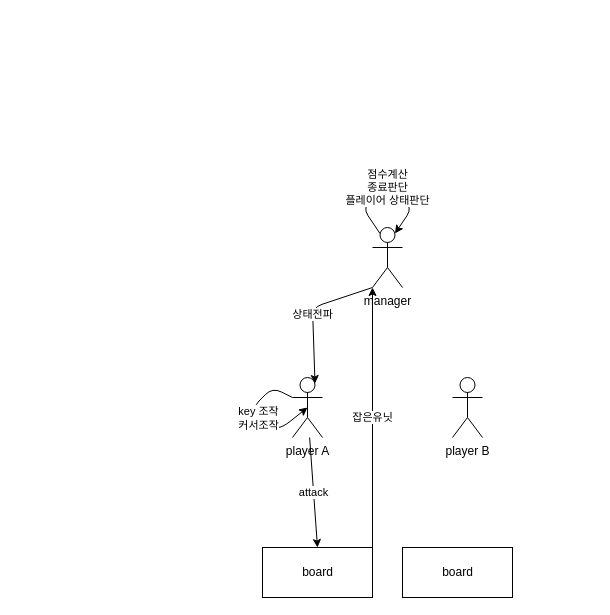
Above: docs/player.drawio in TakSung/CatchMole (draw.io), before the change. Source tidied: cells renumbered, new cells numbered last; positions are measured from the earlier drawing's top-left corner, leaving out a move shared by most shapes. Both pictures are drawn from the tidied source at 100%, with x=0, y=0 at pixel (252, 187).
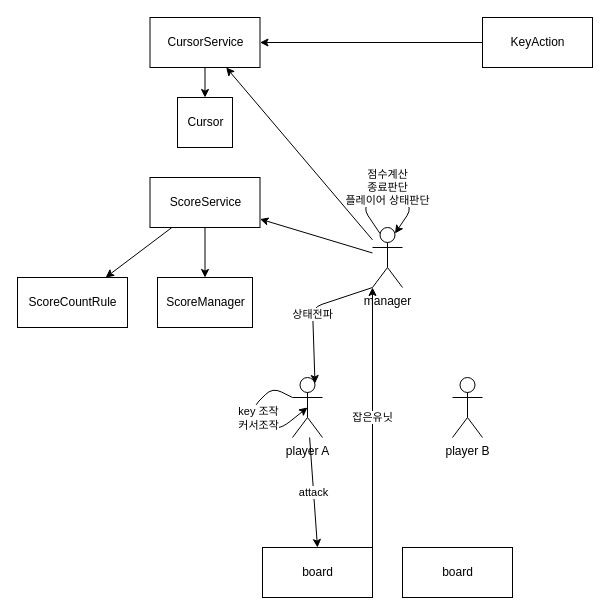
Above is the later version.

Commit message (it also covers changes not shown here):
✨ feat : Add Cursor and IPlayerAction

The change refers to these unchanged cells:
```xml
<mxCell id="5" value="manager" style="shape=umlActor;verticalLabelPosition=bottom;verticalAlign=top;html=1;" parent="1" vertex="1">
  <mxGeometry x="120" y="40" width="30" height="60" as="geometry" />
</mxCell>
```

The edit, as a diff of the source:
```diff
@@
+    <mxCell id="12" style="edgeStyle=none;html=1;" parent="1" edge="1" source="5" target="18">
+      <mxGeometry relative="1" as="geometry" />
+    </mxCell>
+    <mxCell id="13" style="edgeStyle=none;html=1;" parent="1" edge="1" source="5" target="20">
+      <mxGeometry relative="1" as="geometry" />
+    </mxCell>
@@
+    <mxCell id="14" value="ScoreManager" style="html=1;" parent="1" vertex="1">
+      <mxGeometry x="-95" y="90" width="95" height="50" as="geometry" />
+    </mxCell>
+    <mxCell id="15" style="edgeStyle=none;html=1;" parent="1" edge="1" source="16" target="18">
+      <mxGeometry relative="1" as="geometry" />
+    </mxCell>
+    <mxCell id="16" value="KeyAction" style="html=1;" parent="1" vertex="1">
+      <mxGeometry x="230" y="-170" width="110" height="50" as="geometry" />
+    </mxCell>
+    <mxCell id="17" style="edgeStyle=none;html=1;" parent="1" edge="1" source="18" target="21">
+      <mxGeometry relative="1" as="geometry" />
+    </mxCell>
+    <mxCell id="18" value="CursorService" style="html=1;" parent="1" vertex="1">
+      <mxGeometry x="-102.5" y="-170" width="110" height="50" as="geometry" />
+    </mxCell>
+    <mxCell id="19" style="edgeStyle=none;html=1;" parent="1" edge="1" source="20" target="14">
+      <mxGeometry relative="1" as="geometry" />
+    </mxCell>
+    <mxCell id="20" value="ScoreService" style="html=1;" parent="1" vertex="1">
+      <mxGeometry x="-102.5" y="-10" width="110" height="50" as="geometry" />
+    </mxCell>
+    <mxCell id="21" value="Cursor" style="html=1;" parent="1" vertex="1">
+      <mxGeometry x="-75" y="-90" width="55" height="50" as="geometry" />
+    </mxCell>
+    <mxCell id="22" value="ScoreCountRule" style="html=1;" parent="1" vertex="1">
+      <mxGeometry x="-235" y="90" width="110" height="50" as="geometry" />
+    </mxCell>
+    <mxCell id="23" style="edgeStyle=none;html=1;" parent="1" edge="1" source="20" target="22">
+      <mxGeometry relative="1" as="geometry" />
+    </mxCell>
```
